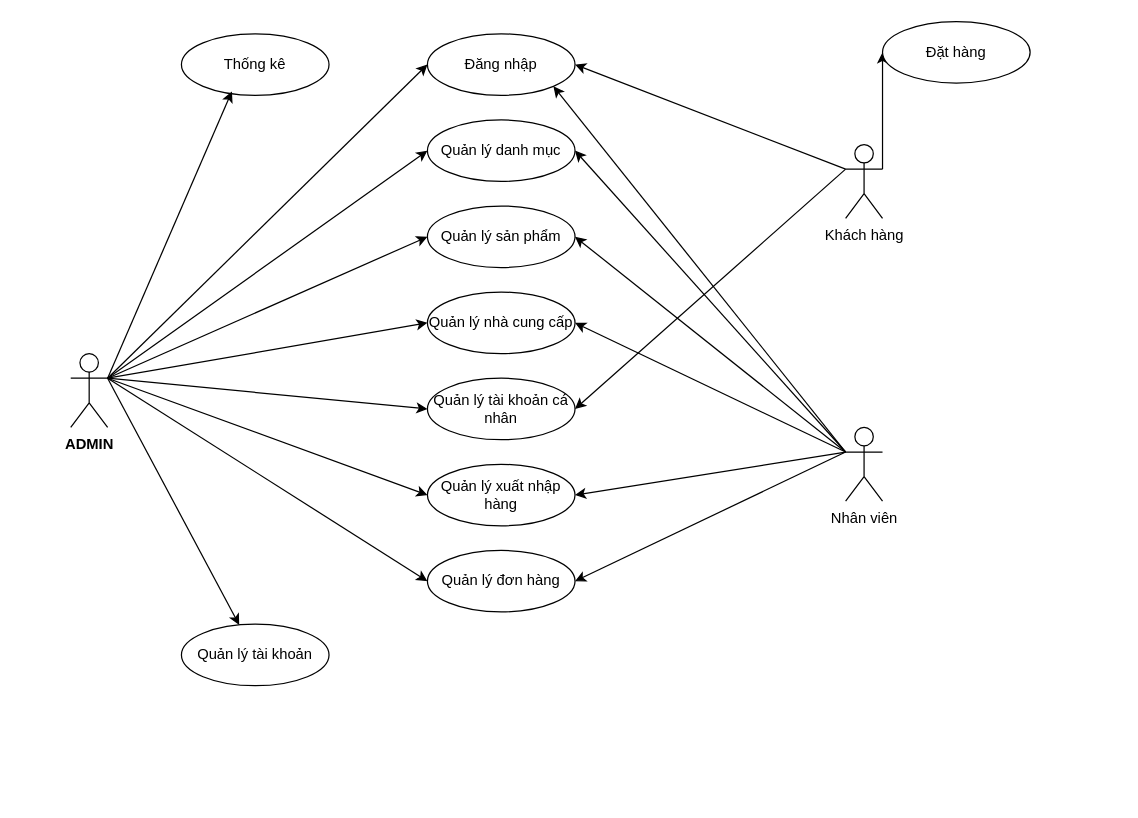
Before: UC/UC_TONGQUAT.drawio in hieuNV0871/da, a draw.io diagram. Source tidied: cells renumbered, new cells numbered last; positions are measured from the earlier drawing's top-left corner, leaving out a move shared by most shapes. Both pictures are drawn from the tidied source at 123%, with x=0, y=0 at pixel (70, 21).
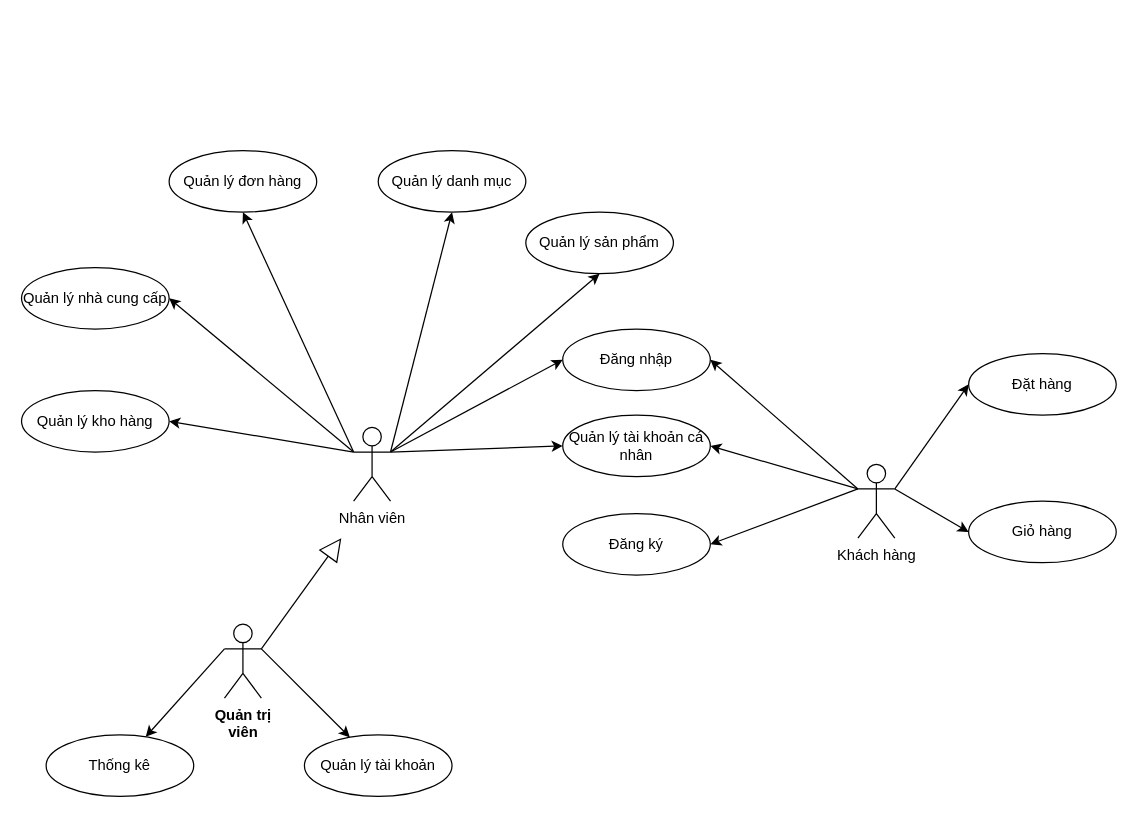
The same diagram, later.

The edit, as a diff of the source:
```diff
@@
-    <mxCell id="2" value="ADMIN&lt;br&gt;" style="shape=umlActor;verticalLabelPosition=bottom;verticalAlign=top;html=1;outlineConnect=0;fontStyle=1;labelBackgroundColor=none;labelBorderColor=none;gradientColor=default;fillColor=none;" parent="1" vertex="1">
-      <mxGeometry y="270" width="30" height="60" as="geometry" />
+    <mxCell id="2" value="Quản trị&lt;br&gt;viên&lt;br&gt;" style="shape=umlActor;verticalLabelPosition=bottom;verticalAlign=top;html=1;outlineConnect=0;fontStyle=1;labelBackgroundColor=none;labelBorderColor=none;gradientColor=default;fillColor=none;" parent="1" vertex="1">
+      <mxGeometry x="125" y="490" width="30" height="60" as="geometry" />
     </mxCell>
     <mxCell id="3" value="Nhân viên" style="shape=umlActor;verticalLabelPosition=bottom;verticalAlign=top;html=1;outlineConnect=0;" parent="1" vertex="1">
-      <mxGeometry x="630" y="330" width="30" height="60" as="geometry" />
+      <mxGeometry x="230" y="330" width="30" height="60" as="geometry" />
     </mxCell>
     <mxCell id="4" value="Khách hàng" style="shape=umlActor;verticalLabelPosition=bottom;verticalAlign=top;html=1;outlineConnect=0;" parent="1" vertex="1">
-      <mxGeometry x="630" y="100" width="30" height="60" as="geometry" />
+      <mxGeometry x="640" y="360" width="30" height="60" as="geometry" />
     </mxCell>
     <mxCell id="5" value="Đăng nhập" style="ellipse;whiteSpace=wrap;html=1;" parent="1" vertex="1">
-      <mxGeometry x="290" y="10" width="120" height="50" as="geometry" />
+      <mxGeometry x="400" y="250" width="120" height="50" as="geometry" />
     </mxCell>
     <mxCell id="6" value="Quản lý danh mục" style="ellipse;whiteSpace=wrap;html=1;" parent="1" vertex="1">
-      <mxGeometry x="290" y="80" width="120" height="50" as="geometry" />
+      <mxGeometry x="250" y="105" width="120" height="50" as="geometry" />
     </mxCell>
     <mxCell id="7" value="Quản lý sản phẩm" style="ellipse;whiteSpace=wrap;html=1;" parent="1" vertex="1">
-      <mxGeometry x="290" y="150" width="120" height="50" as="geometry" />
+      <mxGeometry x="370" y="155" width="120" height="50" as="geometry" />
     </mxCell>
-    <mxCell id="8" value="Quản lý xuất nhập hàng" style="ellipse;whiteSpace=wrap;html=1;" parent="1" vertex="1">
-      <mxGeometry x="290" y="360" width="120" height="50" as="geometry" />
+    <mxCell id="8" value="Quản lý kho hàng" style="ellipse;whiteSpace=wrap;html=1;" parent="1" vertex="1">
+      <mxGeometry x="-40" y="300" width="120" height="50" as="geometry" />
     </mxCell>
     <mxCell id="9" value="Quản lý tài khoản cá nhân" style="ellipse;whiteSpace=wrap;html=1;" parent="1" vertex="1">
-      <mxGeometry x="290" y="290" width="120" height="50" as="geometry" />
+      <mxGeometry x="400" y="320" width="120" height="50" as="geometry" />
     </mxCell>
     <mxCell id="10" value="Quản lý nhà cung cấp" style="ellipse;whiteSpace=wrap;html=1;" parent="1" vertex="1">
-      <mxGeometry x="290" y="220" width="120" height="50" as="geometry" />
+      <mxGeometry x="-40" y="200" width="120" height="50" as="geometry" />
     </mxCell>
     <mxCell id="11" value="Thống kê" style="ellipse;whiteSpace=wrap;html=1;" parent="1" vertex="1">
-      <mxGeometry x="90" y="10" width="120" height="50" as="geometry" />
+      <mxGeometry x="-20" y="580" width="120" height="50" as="geometry" />
     </mxCell>
     <mxCell id="12" value="Quản lý tài khoản" style="ellipse;whiteSpace=wrap;html=1;" parent="1" vertex="1">
-      <mxGeometry x="90" y="490" width="120" height="50" as="geometry" />
+      <mxGeometry x="190" y="580" width="120" height="50" as="geometry" />
     </mxCell>
-    <mxCell id="13" style="endArrow=classic;html=1;rounded=0;exitX=1;exitY=0.3333333333333333;exitDx=0;exitDy=0;exitPerimeter=0;entryX=0;entryY=0.5;entryDx=0;entryDy=0;" parent="1" edge="1" source="2" target="5">
-      <mxGeometry relative="1" as="geometry" />
-    </mxCell>
-    <mxCell id="14" style="endArrow=classic;html=1;rounded=0;exitX=1;exitY=0.3333333333333333;exitDx=0;exitDy=0;exitPerimeter=0;entryX=0;entryY=0.5;entryDx=0;entryDy=0;" parent="1" edge="1" source="2" target="6">
-      <mxGeometry relative="1" as="geometry" />
-    </mxCell>
-    <mxCell id="15" style="endArrow=classic;html=1;rounded=0;exitX=1;exitY=0.3333333333333333;exitDx=0;exitDy=0;exitPerimeter=0;entryX=0;entryY=0.5;entryDx=0;entryDy=0;" parent="1" edge="1" source="2" target="7">
-      <mxGeometry relative="1" as="geometry" />
-    </mxCell>
-    <mxCell id="16" style="endArrow=classic;html=1;rounded=0;exitX=1;exitY=0.3333333333333333;exitDx=0;exitDy=0;exitPerimeter=0;entryX=0;entryY=0.5;entryDx=0;entryDy=0;" parent="1" edge="1" source="2" target="10">
-      <mxGeometry relative="1" as="geometry" />
-    </mxCell>
-    <mxCell id="17" style="endArrow=classic;html=1;rounded=0;entryX=0;entryY=0.5;entryDx=0;entryDy=0;" parent="1" edge="1" target="9">
-      <mxGeometry relative="1" as="geometry">
-        <mxPoint x="30" y="290" as="sourcePoint" />
-      </mxGeometry>
-    </mxCell>
-    <mxCell id="18" style="endArrow=classic;html=1;rounded=0;exitX=1;exitY=0.3333333333333333;exitDx=0;exitDy=0;exitPerimeter=0;entryX=0;entryY=0.5;entryDx=0;entryDy=0;" parent="1" edge="1" source="2" target="8">
-      <mxGeometry relative="1" as="geometry" />
-    </mxCell>
@@
-    <mxCell id="20" style="endArrow=classic;html=1;rounded=0;exitX=1;exitY=0.3333333333333333;exitDx=0;exitDy=0;exitPerimeter=0;entryX=0.342;entryY=0.936;entryDx=0;entryDy=0;entryPerimeter=0;" parent="1" edge="1" source="2" target="11">
+    <mxCell id="20" style="endArrow=classic;html=1;rounded=0;exitX=0;exitY=0.3333333333333333;exitDx=0;exitDy=0;exitPerimeter=0;" parent="1" edge="1" source="2" target="11">
       <mxGeometry relative="1" as="geometry" />
     </mxCell>
@@
     <mxCell id="23" value="Đặt hàng" style="ellipse;whiteSpace=wrap;html=1;" parent="1" vertex="1">
-      <mxGeometry x="660" width="120" height="50" as="geometry" />
+      <mxGeometry x="730" y="270" width="120" height="50" as="geometry" />
     </mxCell>
-    <mxCell id="24" style="endArrow=classic;html=1;rounded=0;exitX=0;exitY=0.3333333333333333;exitDx=0;exitDy=0;exitPerimeter=0;entryX=1;entryY=1;entryDx=0;entryDy=0;" parent="1" edge="1" source="3" target="5">
+    <mxCell id="24" style="endArrow=classic;html=1;rounded=0;exitX=1;exitY=0.3333333333333333;exitDx=0;exitDy=0;exitPerimeter=0;entryX=0;entryY=0.5;entryDx=0;entryDy=0;" parent="1" edge="1" source="3" target="5">
       <mxGeometry relative="1" as="geometry" />
     </mxCell>
-    <mxCell id="25" style="endArrow=classic;html=1;rounded=0;exitX=0;exitY=0.3333333333333333;exitDx=0;exitDy=0;exitPerimeter=0;entryX=1;entryY=0.5;entryDx=0;entryDy=0;" parent="1" edge="1" source="3" target="6">
+    <mxCell id="25" style="endArrow=classic;html=1;rounded=0;exitX=1;exitY=0.3333333333333333;exitDx=0;exitDy=0;exitPerimeter=0;entryX=0.5;entryY=1;entryDx=0;entryDy=0;" parent="1" edge="1" source="3" target="6">
       <mxGeometry relative="1" as="geometry" />
     </mxCell>
-    <mxCell id="26" style="endArrow=classic;html=1;rounded=0;exitX=0;exitY=0.3333333333333333;exitDx=0;exitDy=0;exitPerimeter=0;entryX=1;entryY=0.5;entryDx=0;entryDy=0;" parent="1" edge="1" source="3" target="7">
+    <mxCell id="26" style="endArrow=classic;html=1;rounded=0;exitX=1;exitY=0.3333333333333333;exitDx=0;exitDy=0;exitPerimeter=0;entryX=0.5;entryY=1;entryDx=0;entryDy=0;" parent="1" edge="1" source="3" target="7">
       <mxGeometry relative="1" as="geometry" />
     </mxCell>
     <mxCell id="27" value="Quản lý đơn hàng" style="ellipse;whiteSpace=wrap;html=1;" parent="1" vertex="1">
-      <mxGeometry x="290" y="430" width="120" height="50" as="geometry" />
+      <mxGeometry x="80" y="105" width="120" height="50" as="geometry" />
     </mxCell>
@@
-    <mxCell id="29" style="endArrow=classic;html=1;rounded=0;exitX=0;exitY=0.3333333333333333;exitDx=0;exitDy=0;exitPerimeter=0;entryX=1;entryY=0.5;entryDx=0;entryDy=0;" parent="1" edge="1" source="3" target="27">
+    <mxCell id="29" style="endArrow=classic;html=1;rounded=0;exitX=0;exitY=0.3333333333333333;exitDx=0;exitDy=0;exitPerimeter=0;entryX=0.5;entryY=1;entryDx=0;entryDy=0;" parent="1" edge="1" source="3" target="27">
       <mxGeometry relative="1" as="geometry" />
     </mxCell>
-    <mxCell id="30" style="endArrow=classic;html=1;rounded=0;exitX=1;exitY=0.3333333333333333;exitDx=0;exitDy=0;exitPerimeter=0;entryX=0;entryY=0.5;entryDx=0;entryDy=0;" parent="1" edge="1" source="2" target="27">
-      <mxGeometry relative="1" as="geometry" />
-    </mxCell>
@@
+    <mxCell id="33" style="endArrow=block;endSize=16;endFill=0;html=1;rounded=0;exitX=1;exitY=0.3333333333333333;exitDx=0;exitDy=0;exitPerimeter=0;" parent="1" edge="1" source="2">
+      <mxGeometry y="-90" relative="1" as="geometry">
+        <mxPoint x="220" y="420" as="targetPoint" />
+      </mxGeometry>
+    </mxCell>
+    <mxCell id="34" style="endArrow=classic;html=1;rounded=0;exitX=1;exitY=0.3333333333333333;exitDx=0;exitDy=0;exitPerimeter=0;entryX=0;entryY=0.5;entryDx=0;entryDy=0;" parent="1" edge="1" source="3" target="9">
+      <mxGeometry relative="1" as="geometry" />
+    </mxCell>
+    <mxCell id="35" value="Đăng ký" style="ellipse;whiteSpace=wrap;html=1;" parent="1" vertex="1">
+      <mxGeometry x="400" y="400" width="120" height="50" as="geometry" />
+    </mxCell>
+    <mxCell id="36" style="endArrow=classic;html=1;rounded=0;entryX=1;entryY=0.5;entryDx=0;entryDy=0;exitX=0;exitY=0.3333333333333333;exitDx=0;exitDy=0;exitPerimeter=0;" parent="1" edge="1" source="4" target="35">
+      <mxGeometry relative="1" as="geometry" />
+    </mxCell>
+    <mxCell id="37" value="Giỏ hàng" style="ellipse;whiteSpace=wrap;html=1;" parent="1" vertex="1">
+      <mxGeometry x="730" y="390" width="120" height="50" as="geometry" />
+    </mxCell>
+    <mxCell id="38" style="endArrow=classic;html=1;rounded=0;entryX=0;entryY=0.5;entryDx=0;entryDy=0;exitX=1;exitY=0.3333333333333333;exitDx=0;exitDy=0;exitPerimeter=0;" parent="1" edge="1" source="4" target="37">
+      <mxGeometry relative="1" as="geometry" />
+    </mxCell>
```
